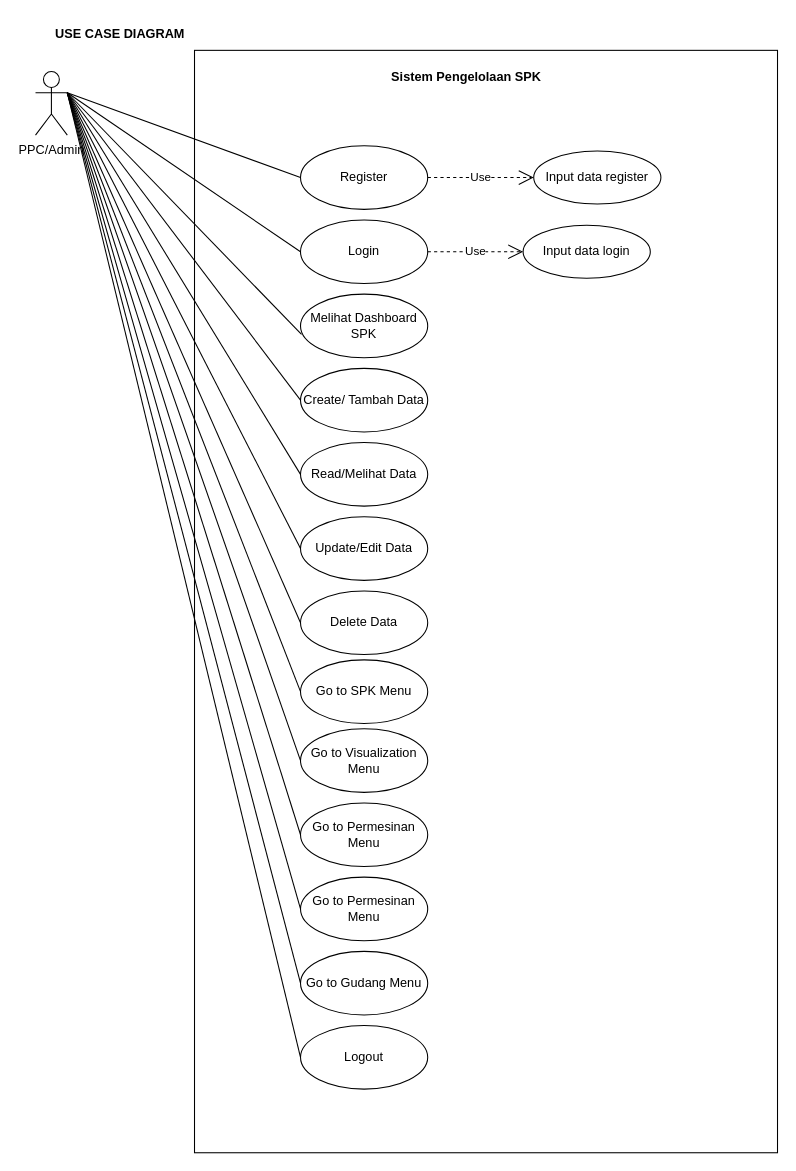
The draw.io diagram Untitled Diagram.drawio in rdhst/ERD-Draw-IO, before the edit. Source tidied: cells renumbered, new cells numbered last; positions are measured from the earlier drawing's top-left corner, leaving out a move shared by most shapes. Both pictures are drawn from the tidied source at 106%, with x=0, y=0 at pixel (35, 18).
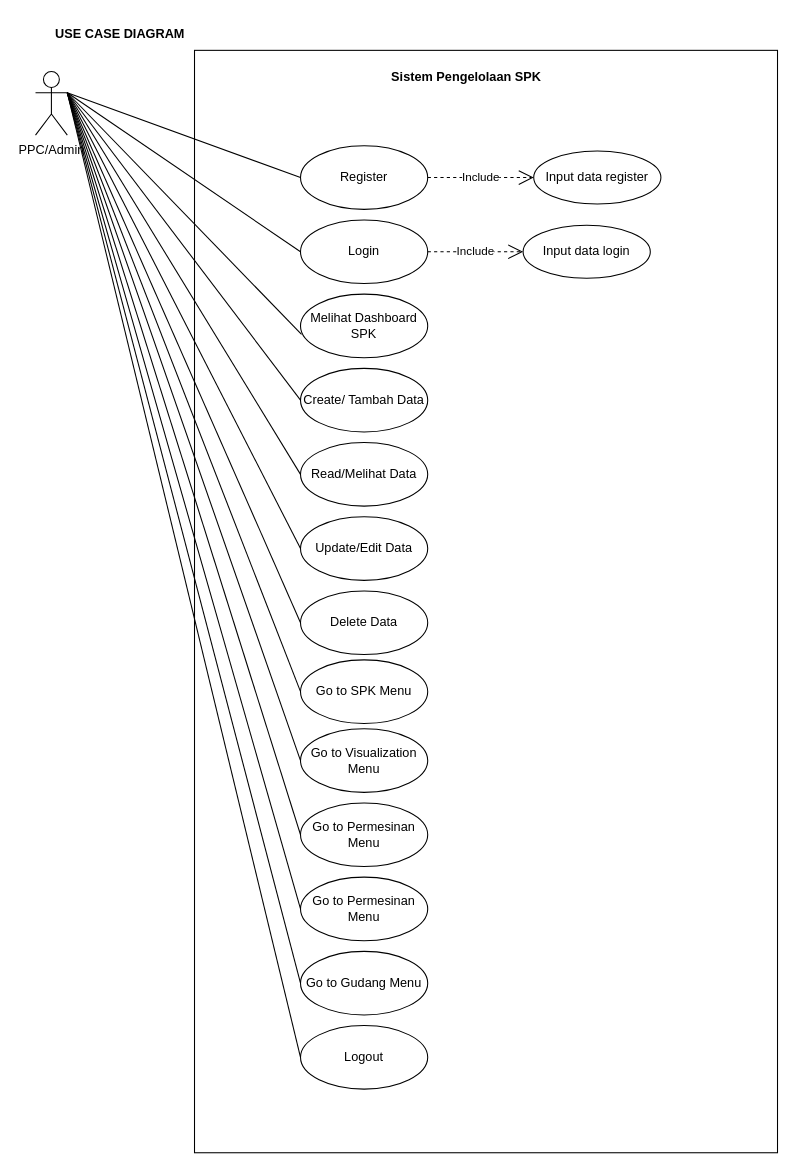
The same diagram, later.

Unchanged cells that the change refers to:
```xml
<mxCell id="6" value="Login" style="ellipse;whiteSpace=wrap;html=1;" parent="1" vertex="1">
  <mxGeometry x="250" y="190" width="120" height="60" as="geometry" />
</mxCell>
<mxCell id="7" value="Input data login" style="ellipse;whiteSpace=wrap;html=1;" parent="1" vertex="1">
  <mxGeometry x="460" y="195" width="120" height="50" as="geometry" />
</mxCell>
<mxCell id="8" value="Register" style="ellipse;whiteSpace=wrap;html=1;" parent="1" vertex="1">
  <mxGeometry x="250" y="120" width="120" height="60" as="geometry" />
</mxCell>
<mxCell id="20" value="Input data register" style="ellipse;whiteSpace=wrap;html=1;" parent="1" vertex="1">
  <mxGeometry x="470" y="125" width="120" height="50" as="geometry" />
</mxCell>
```

What changed in the source:
```diff
@@
-    <mxCell id="34" value="Use" style="endArrow=open;endSize=12;dashed=1;html=1;rounded=0;exitX=1;exitY=0.5;exitDx=0;exitDy=0;entryX=0;entryY=0.5;entryDx=0;entryDy=0;" parent="1" edge="1" source="8" target="20">
+    <mxCell id="34" value="Include" style="endArrow=open;endSize=12;dashed=1;html=1;rounded=0;exitX=1;exitY=0.5;exitDx=0;exitDy=0;entryX=0;entryY=0.5;entryDx=0;entryDy=0;" parent="1" edge="1" source="8" target="20">
       <mxGeometry relative="1" as="geometry" />
     </mxCell>
-    <mxCell id="35" value="Use" style="endArrow=open;endSize=12;dashed=1;html=1;rounded=0;exitX=1;exitY=0.5;exitDx=0;exitDy=0;entryX=0;entryY=0.5;entryDx=0;entryDy=0;" parent="1" edge="1" source="6" target="7">
+    <mxCell id="35" value="Include" style="endArrow=open;endSize=12;dashed=1;html=1;rounded=0;exitX=1;exitY=0.5;exitDx=0;exitDy=0;entryX=0;entryY=0.5;entryDx=0;entryDy=0;" parent="1" edge="1" source="6" target="7">
       <mxGeometry relative="1" as="geometry" />
     </mxCell>
```
